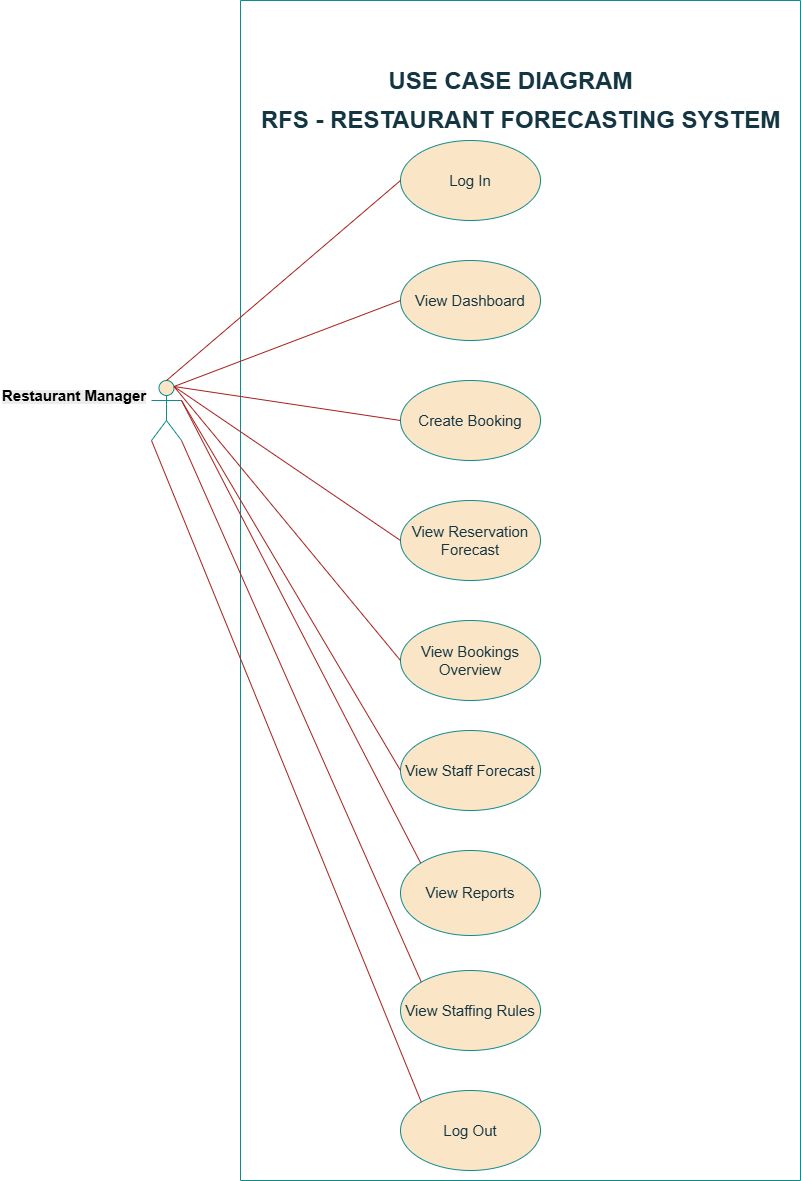
Earlier version of the draw.io export Architecture Diagrams/USE CASE DIAGRAM.png (vale2015/Dissertation). Source tidied: cells renumbered, new cells last; positions are measured from the earlier drawing's top-left corner, leaving out a move shared by most shapes. The source it was exported from:
```xml
<mxGraphModel>
  <root>
    <mxCell id="0" />
    <mxCell id="1" parent="0" />
    <mxCell id="2" style="shape=umlActor;html=1;verticalLabelPosition=bottom;verticalAlign=top;align=center;labelBackgroundColor=none;fillColor=#FAE5C7;strokeColor=#0F8B8D;fontColor=#143642;" parent="1" vertex="1">
      <mxGeometry x="151" y="380" width="30" height="60" as="geometry" />
    </mxCell>
    <mxCell id="3" style="swimlane;startSize=0;labelBackgroundColor=none;fillColor=#FAE5C7;strokeColor=#0F8B8D;fontColor=#143642;" parent="1" vertex="1">
      <mxGeometry x="240" width="560" height="1180" as="geometry" />
    </mxCell>
    <mxCell id="4" value="&lt;font style=&quot;font-size: 15px;&quot;&gt;Log In&lt;/font&gt;" style="ellipse;whiteSpace=wrap;html=1;labelBackgroundColor=none;fillColor=#FAE5C7;strokeColor=#0F8B8D;fontColor=#143642;" parent="3" vertex="1">
      <mxGeometry x="160" y="140" width="140" height="80" as="geometry" />
    </mxCell>
    <mxCell id="5" value="&lt;font style=&quot;font-size: 15px;&quot;&gt;View Dashboard&lt;/font&gt;" style="ellipse;whiteSpace=wrap;html=1;labelBackgroundColor=none;fillColor=#FAE5C7;strokeColor=#0F8B8D;fontColor=#143642;" parent="3" vertex="1">
      <mxGeometry x="160" y="260" width="140" height="80" as="geometry" />
    </mxCell>
    <mxCell id="6" value="&lt;font style=&quot;font-size: 15px;&quot;&gt;View Staffing Rules&lt;/font&gt;" style="ellipse;whiteSpace=wrap;html=1;labelBackgroundColor=none;fillColor=#FAE5C7;strokeColor=#0F8B8D;fontColor=#143642;" parent="3" vertex="1">
      <mxGeometry x="160" y="970" width="140" height="80" as="geometry" />
    </mxCell>
    <mxCell id="7" value="&lt;font style=&quot;font-size: 15px;&quot;&gt;View Bookings Overview&lt;/font&gt;" style="ellipse;whiteSpace=wrap;html=1;labelBackgroundColor=none;fillColor=#FAE5C7;strokeColor=#0F8B8D;fontColor=#143642;" parent="3" vertex="1">
      <mxGeometry x="160" y="620" width="140" height="80" as="geometry" />
    </mxCell>
    <mxCell id="8" value="&lt;font style=&quot;font-size: 15px;&quot;&gt;View Reservation Forecast&lt;/font&gt;" style="ellipse;whiteSpace=wrap;html=1;labelBackgroundColor=none;fillColor=#FAE5C7;strokeColor=#0F8B8D;fontColor=#143642;" parent="3" vertex="1">
      <mxGeometry x="160" y="500" width="140" height="80" as="geometry" />
    </mxCell>
    <mxCell id="9" value="&lt;font style=&quot;font-size: 15px;&quot;&gt;View Reports&lt;/font&gt;" style="ellipse;whiteSpace=wrap;html=1;labelBackgroundColor=none;fillColor=#FAE5C7;strokeColor=#0F8B8D;fontColor=#143642;" parent="3" vertex="1">
      <mxGeometry x="160" y="850" width="140" height="85" as="geometry" />
    </mxCell>
    <mxCell id="10" value="&lt;font style=&quot;font-size: 15px;&quot;&gt;View Staff Forecast&lt;/font&gt;" style="ellipse;whiteSpace=wrap;html=1;labelBackgroundColor=none;fillColor=#FAE5C7;strokeColor=#0F8B8D;fontColor=#143642;" parent="3" vertex="1">
      <mxGeometry x="160" y="730" width="140" height="80" as="geometry" />
    </mxCell>
    <mxCell id="11" value="&lt;font style=&quot;font-size: 15px;&quot;&gt;Log Out&lt;/font&gt;" style="ellipse;whiteSpace=wrap;html=1;labelBackgroundColor=none;fillColor=#FAE5C7;strokeColor=#0F8B8D;fontColor=#143642;" parent="3" vertex="1">
      <mxGeometry x="160" y="1090" width="140" height="80" as="geometry" />
    </mxCell>
    <mxCell id="12" value="&lt;font style=&quot;font-size: 15px;&quot;&gt;Create Booking&lt;/font&gt;" style="ellipse;whiteSpace=wrap;html=1;labelBackgroundColor=none;fillColor=#FAE5C7;strokeColor=#0F8B8D;fontColor=#143642;" parent="3" vertex="1">
      <mxGeometry x="160" y="380" width="140" height="80" as="geometry" />
    </mxCell>
    <mxCell id="13" value="RFS - RESTAURANT FORECASTING SYSTEM" style="text;strokeColor=none;fillColor=none;html=1;fontSize=24;fontStyle=1;verticalAlign=middle;align=center;labelBackgroundColor=none;fontColor=#143642;" parent="3" vertex="1">
      <mxGeometry x="230" y="100" width="100" height="40" as="geometry" />
    </mxCell>
    <mxCell id="14" value="USE CASE DIAGRAM" style="text;strokeColor=none;fillColor=none;html=1;fontSize=24;fontStyle=1;verticalAlign=middle;align=center;labelBackgroundColor=none;fontColor=#143642;" parent="3" vertex="1">
      <mxGeometry x="220" y="61" width="100" height="40" as="geometry" />
    </mxCell>
    <mxCell id="15" style="endArrow=none;html=1;rounded=0;entryX=0;entryY=0.5;entryDx=0;entryDy=0;labelBackgroundColor=none;strokeColor=#A8201A;fontColor=default;exitX=0.5;exitY=0;exitDx=0;exitDy=0;exitPerimeter=0;" parent="1" edge="1" source="2" target="4">
      <mxGeometry relative="1" as="geometry" />
    </mxCell>
    <mxCell id="16" style="endArrow=none;html=1;rounded=0;exitX=0.75;exitY=0.1;exitDx=0;exitDy=0;exitPerimeter=0;entryX=0;entryY=0.5;entryDx=0;entryDy=0;labelBackgroundColor=none;strokeColor=#A8201A;fontColor=default;" parent="1" edge="1" source="2" target="5">
      <mxGeometry relative="1" as="geometry" />
    </mxCell>
    <mxCell id="17" style="endArrow=none;html=1;rounded=0;exitX=0.75;exitY=0.1;exitDx=0;exitDy=0;exitPerimeter=0;entryX=0;entryY=0.5;entryDx=0;entryDy=0;labelBackgroundColor=none;strokeColor=#A8201A;fontColor=default;" parent="1" edge="1" source="2" target="8">
      <mxGeometry relative="1" as="geometry" />
    </mxCell>
    <mxCell id="18" style="endArrow=none;html=1;rounded=0;exitX=0.75;exitY=0.1;exitDx=0;exitDy=0;exitPerimeter=0;entryX=0;entryY=0.5;entryDx=0;entryDy=0;labelBackgroundColor=none;strokeColor=#A8201A;fontColor=default;" parent="1" edge="1" source="2" target="7">
      <mxGeometry relative="1" as="geometry" />
    </mxCell>
    <mxCell id="19" style="endArrow=none;html=1;rounded=0;exitX=1;exitY=0.3333333333333333;exitDx=0;exitDy=0;exitPerimeter=0;entryX=0;entryY=0.5;entryDx=0;entryDy=0;labelBackgroundColor=none;strokeColor=#A8201A;fontColor=default;" parent="1" edge="1" source="2" target="10">
      <mxGeometry relative="1" as="geometry" />
    </mxCell>
    <mxCell id="20" style="endArrow=none;html=1;rounded=0;exitX=1;exitY=0.3333333333333333;exitDx=0;exitDy=0;exitPerimeter=0;entryX=0;entryY=0;entryDx=0;entryDy=0;labelBackgroundColor=none;strokeColor=#A8201A;fontColor=default;" parent="1" edge="1" source="2" target="9">
      <mxGeometry relative="1" as="geometry" />
    </mxCell>
    <mxCell id="21" style="endArrow=none;html=1;rounded=0;exitX=1;exitY=1;exitDx=0;exitDy=0;exitPerimeter=0;entryX=0;entryY=0;entryDx=0;entryDy=0;labelBackgroundColor=none;strokeColor=#A8201A;fontColor=default;" parent="1" edge="1" source="2" target="6">
      <mxGeometry relative="1" as="geometry" />
    </mxCell>
    <mxCell id="22" style="endArrow=none;html=1;rounded=0;exitX=0;exitY=1;exitDx=0;exitDy=0;exitPerimeter=0;entryX=0;entryY=0;entryDx=0;entryDy=0;labelBackgroundColor=none;strokeColor=#A8201A;fontColor=default;" parent="1" edge="1" source="2" target="11">
      <mxGeometry relative="1" as="geometry" />
    </mxCell>
    <mxCell id="23" value="&lt;b style=&quot;forced-color-adjust: none; color: rgb(0, 0, 0); font-family: Helvetica; font-style: normal; font-variant-ligatures: normal; font-variant-caps: normal; letter-spacing: normal; orphans: 2; text-align: center; text-indent: 0px; text-transform: none; widows: 2; word-spacing: 0px; -webkit-text-stroke-width: 0px; white-space: nowrap; background-color: rgb(236, 236, 236); text-decoration-thickness: initial; text-decoration-style: initial; text-decoration-color: initial;&quot;&gt;&lt;font style=&quot;font-size: 15px;&quot;&gt;Restaurant Manager&lt;/font&gt;&lt;/b&gt;" style="text;whiteSpace=wrap;html=1;labelBackgroundColor=none;fontColor=#143642;" parent="1" vertex="1">
      <mxGeometry y="380" width="120" height="30" as="geometry" />
    </mxCell>
    <mxCell id="24" style="endArrow=none;html=1;rounded=0;exitX=0.75;exitY=0.1;exitDx=0;exitDy=0;exitPerimeter=0;entryX=0;entryY=0.5;entryDx=0;entryDy=0;labelBackgroundColor=none;strokeColor=#A8201A;fontColor=default;" parent="1" edge="1" source="2" target="12">
      <mxGeometry relative="1" as="geometry" />
    </mxCell>
  </root>
</mxGraphModel>
```
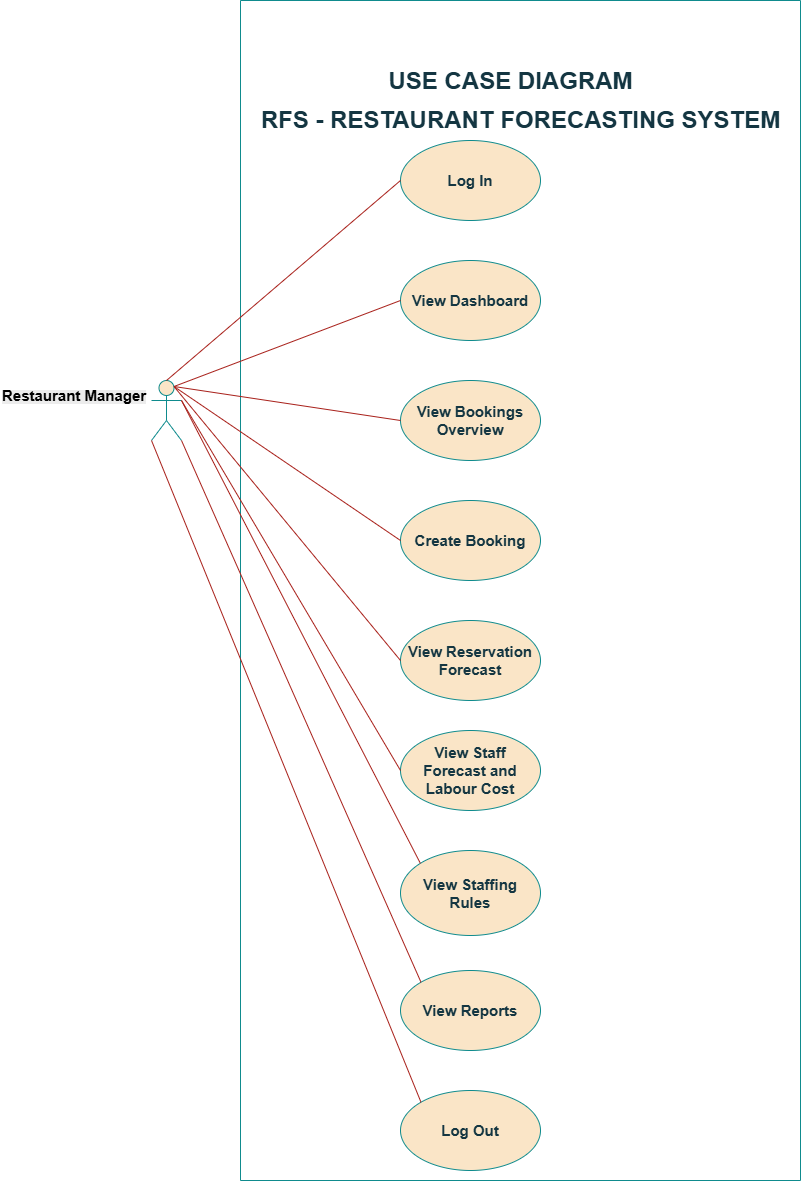
After the change.

What changed in the source:
```diff
@@ -8,31 +8,31 @@
     <mxCell id="3" style="swimlane;startSize=0;labelBackgroundColor=none;fillColor=#FAE5C7;strokeColor=#0F8B8D;fontColor=#143642;" parent="1" vertex="1">
       <mxGeometry x="240" width="560" height="1180" as="geometry" />
     </mxCell>
-    <mxCell id="4" value="&lt;font style=&quot;font-size: 15px;&quot;&gt;Log In&lt;/font&gt;" style="ellipse;whiteSpace=wrap;html=1;labelBackgroundColor=none;fillColor=#FAE5C7;strokeColor=#0F8B8D;fontColor=#143642;" parent="3" vertex="1">
+    <mxCell id="4" value="&lt;font style=&quot;font-size: 15px;&quot;&gt;&lt;b&gt;Log In&lt;/b&gt;&lt;/font&gt;" style="ellipse;whiteSpace=wrap;html=1;labelBackgroundColor=none;fillColor=#FAE5C7;strokeColor=#0F8B8D;fontColor=#143642;" parent="3" vertex="1">
       <mxGeometry x="160" y="140" width="140" height="80" as="geometry" />
     </mxCell>
-    <mxCell id="5" value="&lt;font style=&quot;font-size: 15px;&quot;&gt;View Dashboard&lt;/font&gt;" style="ellipse;whiteSpace=wrap;html=1;labelBackgroundColor=none;fillColor=#FAE5C7;strokeColor=#0F8B8D;fontColor=#143642;" parent="3" vertex="1">
+    <mxCell id="5" value="&lt;font style=&quot;font-size: 15px;&quot;&gt;&lt;b&gt;View Dashboard&lt;/b&gt;&lt;/font&gt;" style="ellipse;whiteSpace=wrap;html=1;labelBackgroundColor=none;fillColor=#FAE5C7;strokeColor=#0F8B8D;fontColor=#143642;" parent="3" vertex="1">
       <mxGeometry x="160" y="260" width="140" height="80" as="geometry" />
     </mxCell>
-    <mxCell id="6" value="&lt;font style=&quot;font-size: 15px;&quot;&gt;View Staffing Rules&lt;/font&gt;" style="ellipse;whiteSpace=wrap;html=1;labelBackgroundColor=none;fillColor=#FAE5C7;strokeColor=#0F8B8D;fontColor=#143642;" parent="3" vertex="1">
+    <mxCell id="6" value="&lt;font style=&quot;font-size: 15px;&quot;&gt;&lt;b&gt;View Reports&lt;/b&gt;&lt;/font&gt;" style="ellipse;whiteSpace=wrap;html=1;labelBackgroundColor=none;fillColor=#FAE5C7;strokeColor=#0F8B8D;fontColor=#143642;" parent="3" vertex="1">
       <mxGeometry x="160" y="970" width="140" height="80" as="geometry" />
     </mxCell>
-    <mxCell id="7" value="&lt;font style=&quot;font-size: 15px;&quot;&gt;View Bookings Overview&lt;/font&gt;" style="ellipse;whiteSpace=wrap;html=1;labelBackgroundColor=none;fillColor=#FAE5C7;strokeColor=#0F8B8D;fontColor=#143642;" parent="3" vertex="1">
+    <mxCell id="7" value="&lt;font style=&quot;font-size: 15px;&quot;&gt;&lt;b&gt;View Reservation Forecast&lt;/b&gt;&lt;/font&gt;" style="ellipse;whiteSpace=wrap;html=1;labelBackgroundColor=none;fillColor=#FAE5C7;strokeColor=#0F8B8D;fontColor=#143642;" parent="3" vertex="1">
       <mxGeometry x="160" y="620" width="140" height="80" as="geometry" />
     </mxCell>
-    <mxCell id="8" value="&lt;font style=&quot;font-size: 15px;&quot;&gt;View Reservation Forecast&lt;/font&gt;" style="ellipse;whiteSpace=wrap;html=1;labelBackgroundColor=none;fillColor=#FAE5C7;strokeColor=#0F8B8D;fontColor=#143642;" parent="3" vertex="1">
+    <mxCell id="8" value="&lt;font style=&quot;font-size: 15px;&quot;&gt;&lt;b&gt;Create Booking&lt;/b&gt;&lt;/font&gt;" style="ellipse;whiteSpace=wrap;html=1;labelBackgroundColor=none;fillColor=#FAE5C7;strokeColor=#0F8B8D;fontColor=#143642;" parent="3" vertex="1">
       <mxGeometry x="160" y="500" width="140" height="80" as="geometry" />
     </mxCell>
-    <mxCell id="9" value="&lt;font style=&quot;font-size: 15px;&quot;&gt;View Reports&lt;/font&gt;" style="ellipse;whiteSpace=wrap;html=1;labelBackgroundColor=none;fillColor=#FAE5C7;strokeColor=#0F8B8D;fontColor=#143642;" parent="3" vertex="1">
+    <mxCell id="9" value="&lt;font style=&quot;font-size: 15px;&quot;&gt;&lt;b&gt;View Staffing Rules&lt;/b&gt;&lt;/font&gt;" style="ellipse;whiteSpace=wrap;html=1;labelBackgroundColor=none;fillColor=#FAE5C7;strokeColor=#0F8B8D;fontColor=#143642;" parent="3" vertex="1">
       <mxGeometry x="160" y="850" width="140" height="85" as="geometry" />
     </mxCell>
-    <mxCell id="10" value="&lt;font style=&quot;font-size: 15px;&quot;&gt;View Staff Forecast&lt;/font&gt;" style="ellipse;whiteSpace=wrap;html=1;labelBackgroundColor=none;fillColor=#FAE5C7;strokeColor=#0F8B8D;fontColor=#143642;" parent="3" vertex="1">
+    <mxCell id="10" value="&lt;font style=&quot;font-size: 15px;&quot;&gt;&lt;b&gt;View Staff Forecast and Labour Cost&lt;/b&gt;&lt;/font&gt;" style="ellipse;whiteSpace=wrap;html=1;labelBackgroundColor=none;fillColor=#FAE5C7;strokeColor=#0F8B8D;fontColor=#143642;" parent="3" vertex="1">
       <mxGeometry x="160" y="730" width="140" height="80" as="geometry" />
     </mxCell>
-    <mxCell id="11" value="&lt;font style=&quot;font-size: 15px;&quot;&gt;Log Out&lt;/font&gt;" style="ellipse;whiteSpace=wrap;html=1;labelBackgroundColor=none;fillColor=#FAE5C7;strokeColor=#0F8B8D;fontColor=#143642;" parent="3" vertex="1">
+    <mxCell id="11" value="&lt;font style=&quot;font-size: 15px;&quot;&gt;&lt;b&gt;Log Out&lt;/b&gt;&lt;/font&gt;" style="ellipse;whiteSpace=wrap;html=1;labelBackgroundColor=none;fillColor=#FAE5C7;strokeColor=#0F8B8D;fontColor=#143642;" parent="3" vertex="1">
       <mxGeometry x="160" y="1090" width="140" height="80" as="geometry" />
     </mxCell>
-    <mxCell id="12" value="&lt;font style=&quot;font-size: 15px;&quot;&gt;Create Booking&lt;/font&gt;" style="ellipse;whiteSpace=wrap;html=1;labelBackgroundColor=none;fillColor=#FAE5C7;strokeColor=#0F8B8D;fontColor=#143642;" parent="3" vertex="1">
+    <mxCell id="12" value="&lt;font style=&quot;font-size: 15px;&quot;&gt;&lt;b&gt;View Bookings Overview&lt;/b&gt;&lt;/font&gt;" style="ellipse;whiteSpace=wrap;html=1;labelBackgroundColor=none;fillColor=#FAE5C7;strokeColor=#0F8B8D;fontColor=#143642;" parent="3" vertex="1">
       <mxGeometry x="160" y="380" width="140" height="80" as="geometry" />
     </mxCell>
     <mxCell id="13" value="RFS - RESTAURANT FORECASTING SYSTEM" style="text;strokeColor=none;fillColor=none;html=1;fontSize=24;fontStyle=1;verticalAlign=middle;align=center;labelBackgroundColor=none;fontColor=#143642;" parent="3" vertex="1">
```
